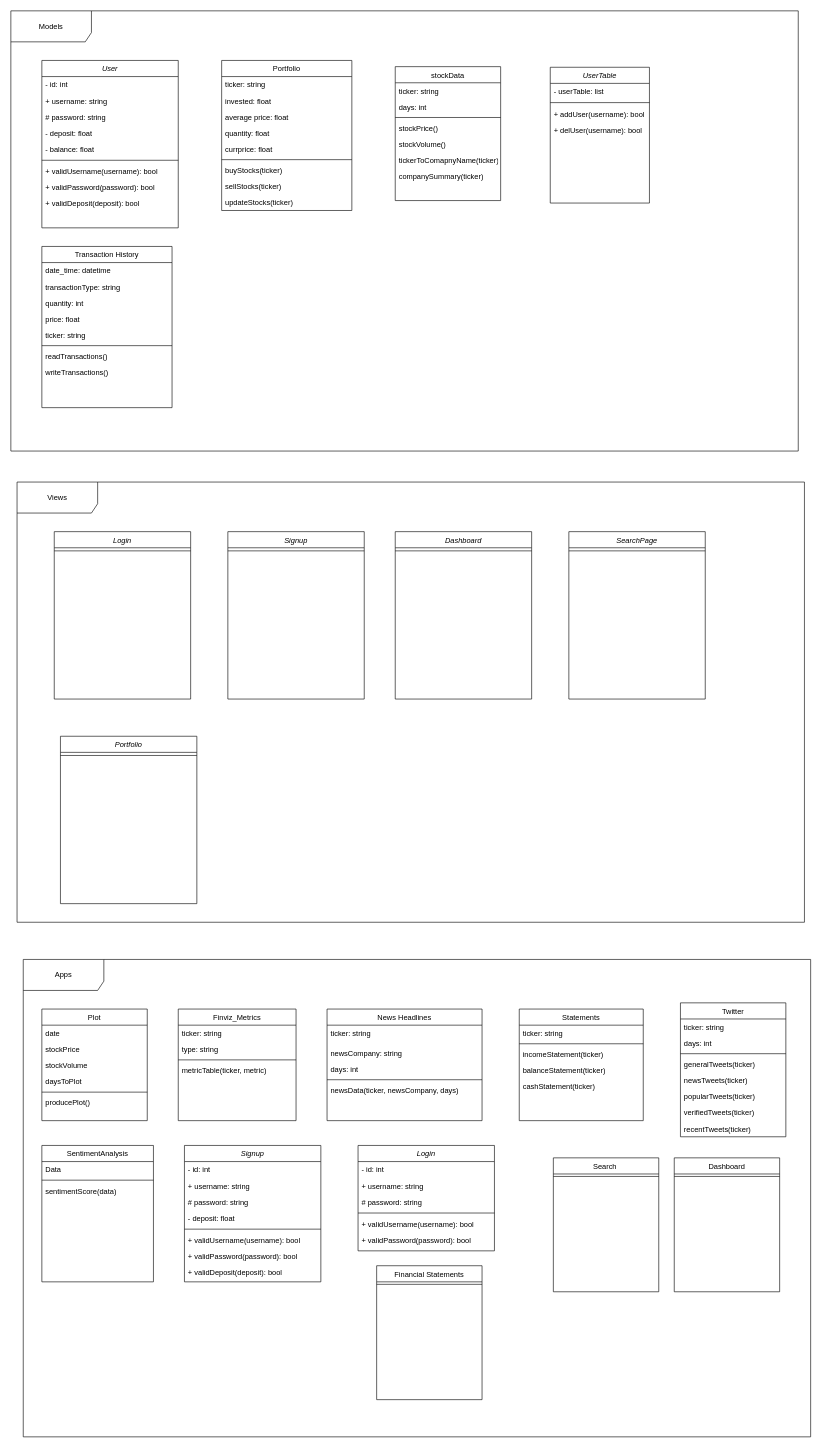
The draw.io diagram django design.drawio in nurulislamz/Django-Paper-Trading-App, before the edit. Source tidied: cells renumbered, new cells numbered last; positions are measured from the earlier drawing's top-left corner, leaving out a move shared by most shapes. Both pictures are drawn from the tidied source at 62%, with x=0, y=0 at pixel (11, 11).
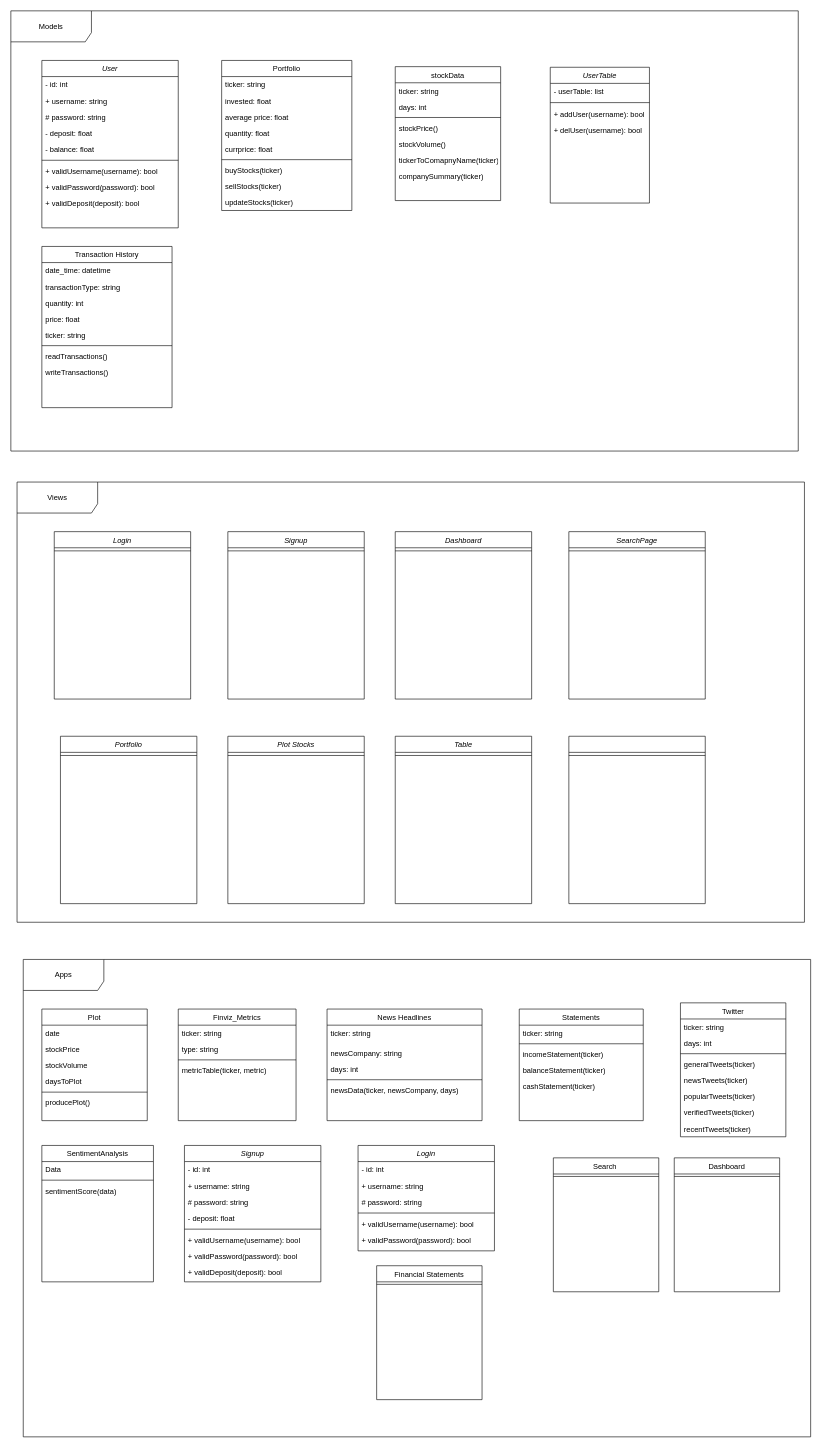
After the change.

What changed in the source:
```diff
@@
+    <mxCell id="118" value="Plot Stocks" style="swimlane;fontStyle=2;align=center;verticalAlign=top;horizontal=1;startSize=26;rounded=0;shadow=0;strokeWidth=1;" parent="1" vertex="1">
+      <mxGeometry x="350" y="1170" width="220" height="270" as="geometry" />
+    </mxCell>
+    <mxCell id="119" style="line;html=1;strokeWidth=1;align=left;verticalAlign=middle;spacingTop=-1;spacingLeft=3;spacingRight=3;labelPosition=right;" parent="118" vertex="1">
+      <mxGeometry y="26" width="220" height="10" as="geometry" />
+    </mxCell>
+    <mxCell id="120" style="swimlane;fontStyle=2;align=center;verticalAlign=top;horizontal=1;startSize=26;rounded=0;shadow=0;strokeWidth=1;" parent="1" vertex="1">
+      <mxGeometry x="900" y="1170" width="220" height="270" as="geometry" />
+    </mxCell>
+    <mxCell id="121" style="line;html=1;strokeWidth=1;align=left;verticalAlign=middle;spacingTop=-1;spacingLeft=3;spacingRight=3;labelPosition=right;" parent="120" vertex="1">
+      <mxGeometry y="26" width="220" height="10" as="geometry" />
+    </mxCell>
+    <mxCell id="122" value="Table" style="swimlane;fontStyle=2;align=center;verticalAlign=top;horizontal=1;startSize=26;rounded=0;shadow=0;strokeWidth=1;" parent="1" vertex="1">
+      <mxGeometry x="620" y="1170" width="220" height="270" as="geometry" />
+    </mxCell>
+    <mxCell id="123" style="line;html=1;strokeWidth=1;align=left;verticalAlign=middle;spacingTop=-1;spacingLeft=3;spacingRight=3;labelPosition=right;" parent="122" vertex="1">
+      <mxGeometry y="26" width="220" height="10" as="geometry" />
+    </mxCell>
```
